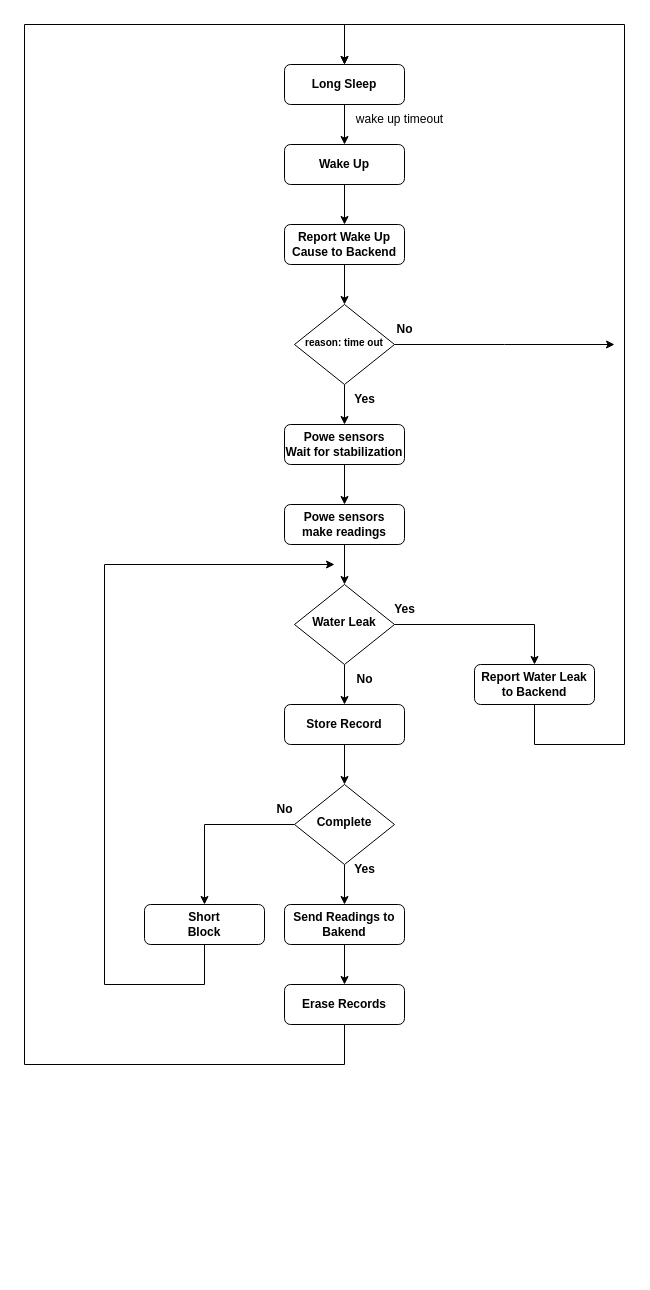
Above: Documentation/Diagrams/MCU Flux Diagram.drawio in MiguelRocha2001/PS-Monitor-IoT-System (draw.io), before the change. Source tidied: cells renumbered, new cells numbered last; positions are measured from the earlier drawing's top-left corner, leaving out a move shared by most shapes. Both pictures are drawn from the tidied source at 100%, with x=0, y=0 at pixel (24, 24).
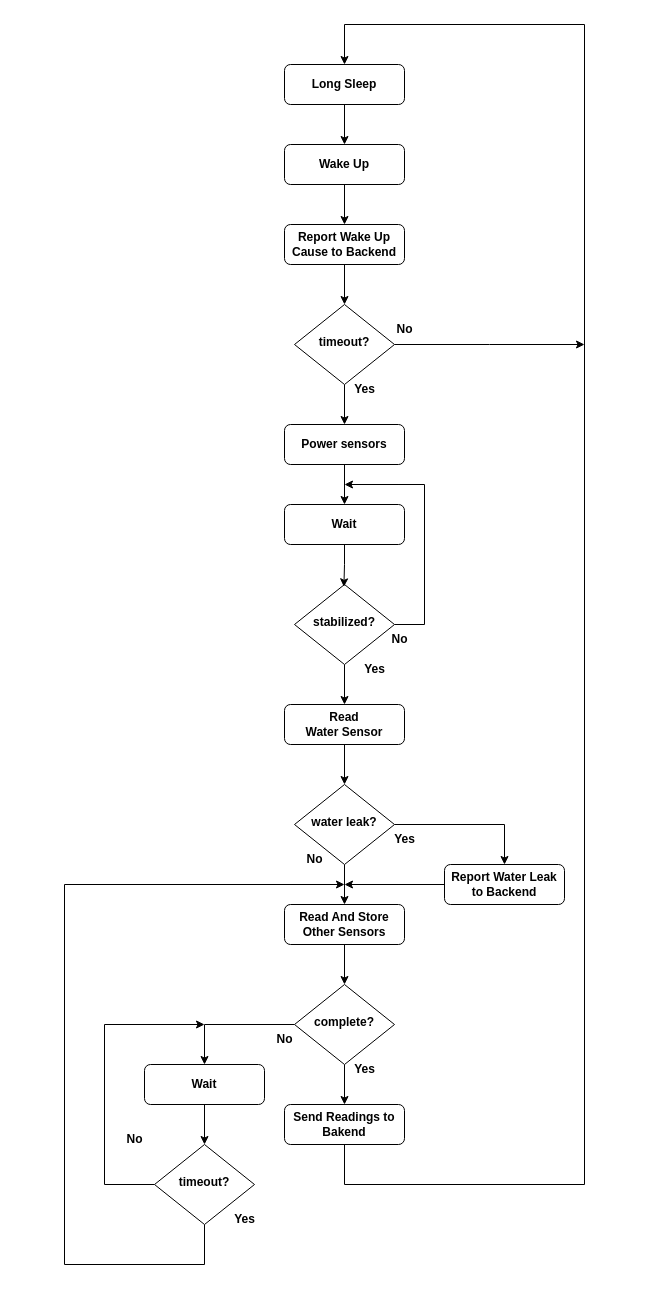
The same page after the edit.

Unchanged cells that the change refers to:
```xml
<mxCell id="3" value="Wake Up" style="rounded=1;whiteSpace=wrap;html=1;fontSize=12;glass=0;strokeWidth=1;shadow=0;fontStyle=1;" parent="1" vertex="1">
  <mxGeometry x="260" y="120" width="120" height="40" as="geometry" />
</mxCell>
<mxCell id="7" value="Long Sleep" style="rounded=1;whiteSpace=wrap;html=1;fontSize=12;glass=0;strokeWidth=1;shadow=0;fontStyle=1;" parent="1" vertex="1">
  <mxGeometry x="260" y="40" width="120" height="40" as="geometry" />
</mxCell>
<mxCell id="19" value="Report Wake Up Cause to Backend" style="rounded=1;whiteSpace=wrap;html=1;fontSize=12;glass=0;strokeWidth=1;shadow=0;fontStyle=1;" parent="1" vertex="1">
  <mxGeometry x="260" y="200" width="120" height="40" as="geometry" />
</mxCell>
```

Change to the diagram source:
```diff
@@
-    <mxCell id="2" style="edgeStyle=orthogonalEdgeStyle;rounded=0;jettySize=auto;html=1;fontStyle=1;" parent="1" edge="1" source="3" target="19">
+    <mxCell id="2" style="edgeStyle=orthogonalEdgeStyle;rounded=0;jettySize=auto;html=1;fontStyle=1;fontSize=12;" parent="1" edge="1" source="3" target="19">
       <mxGeometry relative="1" as="geometry" />
     </mxCell>
@@
-    <mxCell id="4" style="edgeStyle=orthogonalEdgeStyle;rounded=0;jettySize=auto;html=1;" parent="1" edge="1" source="5" target="37">
+    <mxCell id="4" style="edgeStyle=orthogonalEdgeStyle;rounded=0;jettySize=auto;html=1;fontSize=12;fontStyle=1;" parent="1" edge="1" source="43" target="37">
       <mxGeometry relative="1" as="geometry" />
     </mxCell>
+    <mxCell id="38" style="edgeStyle=orthogonalEdgeStyle;rounded=0;jettySize=auto;html=1;entryX=0.5;entryY=0;entryDx=0;entryDy=0;fontSize=12;fontStyle=1;" parent="1" edge="1" source="5" target="50">
+      <mxGeometry relative="1" as="geometry" />
+    </mxCell>
-    <mxCell id="5" value="Powe sensors&lt;br&gt;Wait for stabilization" style="rounded=1;whiteSpace=wrap;html=1;fontSize=12;glass=0;strokeWidth=1;shadow=0;fontStyle=1;" parent="1" vertex="1">
+    <mxCell id="5" value="Power sensors" style="rounded=1;whiteSpace=wrap;html=1;fontSize=12;glass=0;strokeWidth=1;shadow=0;fontStyle=1;" parent="1" vertex="1">
       <mxGeometry x="260" y="400" width="120" height="40" as="geometry" />
     </mxCell>
-    <mxCell id="6" style="edgeStyle=orthogonalEdgeStyle;rounded=0;jettySize=auto;html=1;fontStyle=1;" parent="1" edge="1" source="7" target="3">
+    <mxCell id="6" style="edgeStyle=orthogonalEdgeStyle;rounded=0;jettySize=auto;html=1;fontStyle=1;fontSize=12;" parent="1" edge="1" source="7" target="3">
       <mxGeometry relative="1" as="geometry" />
     </mxCell>
@@
-    <mxCell id="8" style="edgeStyle=orthogonalEdgeStyle;rounded=0;jettySize=auto;html=1;exitX=0.5;exitY=1;exitDx=0;exitDy=0;entryX=0.5;entryY=0;entryDx=0;entryDy=0;fontStyle=1;" parent="1" edge="1" source="30" target="7">
-      <mxGeometry relative="1" as="geometry">
-        <Array as="points">
-          <mxPoint x="320" y="1040" />
-          <mxPoint y="1040" />
-          <mxPoint />
-          <mxPoint x="320" />
-        </Array>
-      </mxGeometry>
-    </mxCell>
-    <mxCell id="9" style="edgeStyle=orthogonalEdgeStyle;rounded=0;jettySize=auto;html=1;entryX=0.5;entryY=0;entryDx=0;entryDy=0;fontStyle=1;" parent="1" edge="1" source="11" target="14">
+    <mxCell id="9" style="edgeStyle=orthogonalEdgeStyle;rounded=0;jettySize=auto;html=1;entryX=0.5;entryY=0;entryDx=0;entryDy=0;fontStyle=1;fontSize=12;" parent="1" edge="1" source="11" target="14">
       <mxGeometry relative="1" as="geometry" />
     </mxCell>
-    <mxCell id="10" style="edgeStyle=orthogonalEdgeStyle;rounded=0;jettySize=auto;html=1;" parent="1" edge="1" source="11" target="34">
+    <mxCell id="10" style="edgeStyle=orthogonalEdgeStyle;rounded=0;jettySize=auto;html=1;entryX=0.5;entryY=0;entryDx=0;entryDy=0;fontSize=12;fontStyle=1;" parent="1" edge="1" source="11" target="34">
       <mxGeometry relative="1" as="geometry" />
     </mxCell>
-    <mxCell id="11" value="Complete" style="rhombus;whiteSpace=wrap;html=1;shadow=0;fontFamily=Helvetica;fontSize=12;align=center;strokeWidth=1;spacing=6;spacingTop=-4;fontStyle=1;" parent="1" vertex="1">
-      <mxGeometry x="270" y="760" width="100" height="80" as="geometry" />
+    <mxCell id="11" value="complete?" style="rhombus;whiteSpace=wrap;html=1;shadow=0;fontFamily=Helvetica;fontSize=12;align=center;strokeWidth=1;spacing=6;spacingTop=-4;fontStyle=1;" parent="1" vertex="1">
+      <mxGeometry x="270" y="960" width="100" height="80" as="geometry" />
     </mxCell>
-    <mxCell id="12" value="Yes" style="text;html=1;align=center;verticalAlign=middle;strokeColor=none;fillColor=none;fontStyle=1;" parent="1" vertex="1">
-      <mxGeometry x="320" y="830" width="40" height="30" as="geometry" />
+    <mxCell id="12" value="Yes" style="text;html=1;align=center;verticalAlign=middle;strokeColor=none;fillColor=none;fontStyle=1;fontSize=12;" parent="1" vertex="1">
+      <mxGeometry x="320" y="1030" width="40" height="30" as="geometry" />
     </mxCell>
-    <mxCell id="13" style="edgeStyle=orthogonalEdgeStyle;rounded=0;jettySize=auto;html=1;fontStyle=1;" parent="1" edge="1" source="14" target="30">
-      <mxGeometry relative="1" as="geometry" />
-    </mxCell>
+    <mxCell id="39" style="edgeStyle=orthogonalEdgeStyle;rounded=0;jettySize=auto;html=1;entryX=0.5;entryY=0;entryDx=0;entryDy=0;exitX=0.5;exitY=1;exitDx=0;exitDy=0;fontSize=12;fontStyle=1;" parent="1" edge="1" source="14" target="7">
+      <mxGeometry relative="1" as="geometry">
+        <Array as="points">
+          <mxPoint x="320" y="1160" />
+          <mxPoint x="560" y="1160" />
+          <mxPoint x="560" />
+          <mxPoint x="320" />
+        </Array>
+      </mxGeometry>
+    </mxCell>
     <mxCell id="14" value="Send Readings to Bakend" style="rounded=1;whiteSpace=wrap;html=1;fontSize=12;glass=0;strokeWidth=1;shadow=0;fontStyle=1;" parent="1" vertex="1">
-      <mxGeometry x="260" y="880" width="120" height="40" as="geometry" />
+      <mxGeometry x="260" y="1080" width="120" height="40" as="geometry" />
     </mxCell>
-    <mxCell id="15" value="No" style="text;html=1;align=center;verticalAlign=middle;strokeColor=none;fillColor=none;fontStyle=1;" parent="1" vertex="1">
-      <mxGeometry x="240" y="770" width="40" height="30" as="geometry" />
+    <mxCell id="15" value="No" style="text;html=1;align=center;verticalAlign=middle;strokeColor=none;fillColor=none;fontStyle=1;fontSize=12;" parent="1" vertex="1">
+      <mxGeometry x="240" y="1000" width="40" height="30" as="geometry" />
     </mxCell>
-    <mxCell id="16" style="edgeStyle=orthogonalEdgeStyle;rounded=0;jettySize=auto;html=1;fontStyle=1;" parent="1" edge="1" source="17" target="11">
+    <mxCell id="16" style="edgeStyle=orthogonalEdgeStyle;rounded=0;jettySize=auto;html=1;fontStyle=1;fontSize=12;" parent="1" edge="1" source="17" target="11">
       <mxGeometry relative="1" as="geometry" />
     </mxCell>
-    <mxCell id="17" value="Store Record" style="rounded=1;whiteSpace=wrap;html=1;fontSize=12;glass=0;strokeWidth=1;shadow=0;fontStyle=1;" parent="1" vertex="1">
-      <mxGeometry x="260" y="680" width="120" height="40" as="geometry" />
+    <mxCell id="17" value="Read And Store&lt;br style=&quot;font-size: 12px;&quot;&gt;Other Sensors" style="rounded=1;whiteSpace=wrap;html=1;fontSize=12;glass=0;strokeWidth=1;shadow=0;fontStyle=1;" parent="1" vertex="1">
+      <mxGeometry x="260" y="880" width="120" height="40" as="geometry" />
     </mxCell>
-    <mxCell id="18" style="edgeStyle=orthogonalEdgeStyle;rounded=0;jettySize=auto;html=1;fontStyle=1;" parent="1" edge="1" source="19" target="27">
+    <mxCell id="18" style="edgeStyle=orthogonalEdgeStyle;rounded=0;jettySize=auto;html=1;fontStyle=1;fontSize=12;" parent="1" edge="1" source="19" target="27">
       <mxGeometry relative="1" as="geometry" />
     </mxCell>
@@
-    <mxCell id="20" style="edgeStyle=orthogonalEdgeStyle;rounded=0;jettySize=auto;html=1;entryX=0.5;entryY=0;entryDx=0;entryDy=0;fontStyle=1;" parent="1" edge="1" source="22" target="24">
+    <mxCell id="20" style="edgeStyle=orthogonalEdgeStyle;rounded=0;jettySize=auto;html=1;entryX=0.5;entryY=0;entryDx=0;entryDy=0;fontStyle=1;fontSize=12;" parent="1" edge="1" source="22" target="24">
       <mxGeometry relative="1" as="geometry" />
     </mxCell>
-    <mxCell id="21" style="edgeStyle=orthogonalEdgeStyle;rounded=0;jettySize=auto;html=1;" parent="1" edge="1" source="22" target="17">
+    <mxCell id="21" style="edgeStyle=orthogonalEdgeStyle;rounded=0;jettySize=auto;html=1;fontSize=12;fontStyle=1;" parent="1" edge="1" source="22" target="17">
       <mxGeometry relative="1" as="geometry" />
     </mxCell>
-    <mxCell id="22" value="Water Leak" style="rhombus;whiteSpace=wrap;html=1;shadow=0;fontFamily=Helvetica;fontSize=12;align=center;strokeWidth=1;spacing=6;spacingTop=-4;fontStyle=1;" parent="1" vertex="1">
-      <mxGeometry x="270" y="560" width="100" height="80" as="geometry" />
+    <mxCell id="22" value="water leak?" style="rhombus;whiteSpace=wrap;html=1;shadow=0;fontFamily=Helvetica;fontSize=12;align=center;strokeWidth=1;spacing=6;spacingTop=-4;fontStyle=1;" parent="1" vertex="1">
+      <mxGeometry x="270" y="760" width="100" height="80" as="geometry" />
     </mxCell>
-    <mxCell id="23" style="edgeStyle=orthogonalEdgeStyle;rounded=0;jettySize=auto;html=1;entryX=0.5;entryY=0;entryDx=0;entryDy=0;" parent="1" edge="1" source="24" target="7">
-      <mxGeometry relative="1" as="geometry">
-        <Array as="points">
-          <mxPoint x="510" y="720" />
-          <mxPoint x="600" y="720" />
-          <mxPoint x="600" />
-          <mxPoint x="320" />
-        </Array>
-      </mxGeometry>
-    </mxCell>
+    <mxCell id="40" style="edgeStyle=orthogonalEdgeStyle;rounded=0;jettySize=auto;html=1;fontSize=12;fontStyle=1;" parent="1" edge="1" source="24">
+      <mxGeometry relative="1" as="geometry">
+        <mxPoint x="320" y="860" as="targetPoint" />
+      </mxGeometry>
+    </mxCell>
     <mxCell id="24" value="Report Water Leak to Backend" style="rounded=1;whiteSpace=wrap;html=1;fontSize=12;glass=0;strokeWidth=1;shadow=0;fontStyle=1;" parent="1" vertex="1">
-      <mxGeometry x="450" y="640" width="120" height="40" as="geometry" />
+      <mxGeometry x="420" y="840" width="120" height="40" as="geometry" />
     </mxCell>
-    <mxCell id="25" style="edgeStyle=orthogonalEdgeStyle;rounded=0;jettySize=auto;html=1;fontStyle=1;" parent="1" edge="1" source="27">
+    <mxCell id="25" style="edgeStyle=orthogonalEdgeStyle;rounded=0;jettySize=auto;html=1;fontStyle=1;fontSize=12;" parent="1" edge="1" source="27">
       <mxGeometry relative="1" as="geometry">
-        <mxPoint x="590" y="320" as="targetPoint" />
+        <mxPoint x="560" y="320" as="targetPoint" />
       </mxGeometry>
     </mxCell>
-    <mxCell id="26" style="edgeStyle=orthogonalEdgeStyle;rounded=0;jettySize=auto;html=1;" parent="1" edge="1" source="27" target="5">
+    <mxCell id="26" style="edgeStyle=orthogonalEdgeStyle;rounded=0;jettySize=auto;html=1;fontSize=12;fontStyle=1;" parent="1" edge="1" source="27" target="5">
       <mxGeometry relative="1" as="geometry" />
     </mxCell>
-    <mxCell id="27" value="&lt;font style=&quot;font-size: 10px;&quot;&gt;reason: time out&lt;/font&gt;" style="rhombus;whiteSpace=wrap;html=1;shadow=0;fontFamily=Helvetica;fontSize=12;align=center;strokeWidth=1;spacing=6;spacingTop=-4;fontStyle=1;" parent="1" vertex="1">
+    <mxCell id="27" value="&lt;font style=&quot;font-size: 12px;&quot;&gt;timeout?&lt;/font&gt;" style="rhombus;whiteSpace=wrap;html=1;shadow=0;fontFamily=Helvetica;fontSize=12;align=center;strokeWidth=1;spacing=6;spacingTop=-4;fontStyle=1;" parent="1" vertex="1">
       <mxGeometry x="270" y="280" width="100" height="80" as="geometry" />
     </mxCell>
-    <mxCell id="28" value="No" style="text;html=1;align=center;verticalAlign=middle;strokeColor=none;fillColor=none;fontStyle=1;" parent="1" vertex="1">
+    <mxCell id="28" value="No" style="text;html=1;align=center;verticalAlign=middle;strokeColor=none;fillColor=none;fontStyle=1;fontSize=12;" parent="1" vertex="1">
       <mxGeometry x="360" y="290" width="40" height="30" as="geometry" />
     </mxCell>
-    <mxCell id="29" value="Yes" style="text;html=1;align=center;verticalAlign=middle;strokeColor=none;fillColor=none;fontStyle=1;" parent="1" vertex="1">
-      <mxGeometry x="320" y="360" width="40" height="30" as="geometry" />
+    <mxCell id="29" value="Yes" style="text;html=1;align=center;verticalAlign=middle;strokeColor=none;fillColor=none;fontStyle=1;fontSize=12;" parent="1" vertex="1">
+      <mxGeometry x="320" y="350" width="40" height="30" as="geometry" />
     </mxCell>
-    <mxCell id="30" value="Erase Records" style="rounded=1;whiteSpace=wrap;html=1;fontSize=12;glass=0;strokeWidth=1;shadow=0;fontStyle=1;" parent="1" vertex="1">
-      <mxGeometry x="260" y="960" width="120" height="40" as="geometry" />
-    </mxCell>
-    <mxCell id="31" value="Yes" style="text;html=1;align=center;verticalAlign=middle;strokeColor=none;fillColor=none;fontStyle=1;" parent="1" vertex="1">
-      <mxGeometry x="360" y="570" width="40" height="30" as="geometry" />
+    <mxCell id="31" value="Yes" style="text;html=1;align=center;verticalAlign=middle;strokeColor=none;fillColor=none;fontStyle=1;fontSize=12;" parent="1" vertex="1">
+      <mxGeometry x="360" y="800" width="40" height="30" as="geometry" />
     </mxCell>
-    <mxCell id="32" value="No" style="text;html=1;align=center;verticalAlign=middle;strokeColor=none;fillColor=none;fontStyle=1;" parent="1" vertex="1">
-      <mxGeometry x="320" y="640" width="40" height="30" as="geometry" />
+    <mxCell id="32" value="No" style="text;html=1;align=center;verticalAlign=middle;strokeColor=none;fillColor=none;fontStyle=1;fontSize=12;" parent="1" vertex="1">
+      <mxGeometry x="270" y="820" width="40" height="30" as="geometry" />
     </mxCell>
-    <mxCell id="33" style="edgeStyle=orthogonalEdgeStyle;rounded=0;jettySize=auto;html=1;exitX=0.5;exitY=1;exitDx=0;exitDy=0;" parent="1" edge="1" source="34">
-      <mxGeometry relative="1" as="geometry">
-        <mxPoint x="310" y="540" as="targetPoint" />
-        <Array as="points">
-          <mxPoint x="180" y="960" />
-          <mxPoint x="80" y="960" />
-          <mxPoint x="80" y="540" />
-        </Array>
-      </mxGeometry>
-    </mxCell>
+    <mxCell id="41" style="edgeStyle=orthogonalEdgeStyle;rounded=0;jettySize=auto;html=1;fontSize=12;fontStyle=1;" parent="1" edge="1" source="34" target="48">
+      <mxGeometry relative="1" as="geometry" />
+    </mxCell>
-    <mxCell id="34" value="Short &lt;br&gt;Block" style="rounded=1;whiteSpace=wrap;html=1;fontSize=12;glass=0;strokeWidth=1;shadow=0;fontStyle=1;" parent="1" vertex="1">
-      <mxGeometry x="120" y="880" width="120" height="40" as="geometry" />
+    <mxCell id="34" value="Wait" style="rounded=1;whiteSpace=wrap;html=1;fontSize=12;glass=0;strokeWidth=1;shadow=0;fontStyle=1;" parent="1" vertex="1">
+      <mxGeometry x="120" y="1040" width="120" height="40" as="geometry" />
     </mxCell>
-    <mxCell id="35" value="wake up timeout" style="text;html=1;align=center;verticalAlign=middle;strokeColor=none;fillColor=none;" parent="1" vertex="1">
-      <mxGeometry x="320" y="80" width="110" height="30" as="geometry" />
-    </mxCell>
-    <mxCell id="36" style="edgeStyle=orthogonalEdgeStyle;rounded=0;jettySize=auto;html=1;entryX=0.5;entryY=0;entryDx=0;entryDy=0;" parent="1" edge="1" source="37" target="22">
+    <mxCell id="36" style="edgeStyle=orthogonalEdgeStyle;rounded=0;jettySize=auto;html=1;entryX=0.5;entryY=0;entryDx=0;entryDy=0;fontSize=12;fontStyle=1;" parent="1" edge="1" source="37" target="22">
       <mxGeometry relative="1" as="geometry" />
     </mxCell>
-    <mxCell id="37" value="Powe sensors&lt;br&gt;make readings" style="rounded=1;whiteSpace=wrap;html=1;fontSize=12;glass=0;strokeWidth=1;shadow=0;fontStyle=1;" parent="1" vertex="1">
-      <mxGeometry x="260" y="480" width="120" height="40" as="geometry" />
+    <mxCell id="37" value="Read &lt;br style=&quot;font-size: 12px;&quot;&gt;Water Sensor" style="rounded=1;whiteSpace=wrap;html=1;fontSize=12;glass=0;strokeWidth=1;shadow=0;fontStyle=1;" parent="1" vertex="1">
+      <mxGeometry x="260" y="680" width="120" height="40" as="geometry" />
     </mxCell>
+    <mxCell id="42" style="edgeStyle=orthogonalEdgeStyle;rounded=0;jettySize=auto;html=1;exitX=1;exitY=0.5;exitDx=0;exitDy=0;fontSize=12;fontStyle=1;" parent="1" edge="1" source="43">
+      <mxGeometry relative="1" as="geometry">
+        <mxPoint x="320" y="460" as="targetPoint" />
+        <Array as="points">
+          <mxPoint x="400" y="600" />
+          <mxPoint x="400" y="460" />
+        </Array>
+      </mxGeometry>
+    </mxCell>
+    <mxCell id="43" value="&lt;font style=&quot;font-size: 12px;&quot;&gt;stabilized?&lt;/font&gt;" style="rhombus;whiteSpace=wrap;html=1;shadow=0;fontFamily=Helvetica;fontSize=12;align=center;strokeWidth=1;spacing=6;spacingTop=-4;fontStyle=1;" parent="1" vertex="1">
+      <mxGeometry x="270" y="560" width="100" height="80" as="geometry" />
+    </mxCell>
+    <mxCell id="44" value="No" style="text;html=1;align=center;verticalAlign=middle;strokeColor=none;fillColor=none;fontStyle=1;fontSize=12;" parent="1" vertex="1">
+      <mxGeometry x="355" y="600" width="40" height="30" as="geometry" />
+    </mxCell>
+    <mxCell id="45" value="Yes" style="text;html=1;align=center;verticalAlign=middle;strokeColor=none;fillColor=none;fontStyle=1;fontSize=12;" parent="1" vertex="1">
+      <mxGeometry x="330" y="630" width="40" height="30" as="geometry" />
+    </mxCell>
+    <mxCell id="46" style="edgeStyle=orthogonalEdgeStyle;rounded=0;jettySize=auto;html=1;exitX=0;exitY=0.5;exitDx=0;exitDy=0;fontSize=12;fontStyle=1;" parent="1" edge="1" source="48">
+      <mxGeometry relative="1" as="geometry">
+        <mxPoint x="180" y="1000" as="targetPoint" />
+        <Array as="points">
+          <mxPoint x="80" y="1160" />
+          <mxPoint x="80" y="1000" />
+        </Array>
+      </mxGeometry>
+    </mxCell>
+    <mxCell id="47" style="edgeStyle=orthogonalEdgeStyle;rounded=0;jettySize=auto;html=1;exitX=0.5;exitY=1;exitDx=0;exitDy=0;fontSize=12;fontStyle=1;" parent="1" edge="1" source="48">
+      <mxGeometry relative="1" as="geometry">
+        <mxPoint x="320" y="860" as="targetPoint" />
+        <Array as="points">
+          <mxPoint x="180" y="1240" />
+          <mxPoint x="40" y="1240" />
+          <mxPoint x="40" y="860" />
+        </Array>
+      </mxGeometry>
+    </mxCell>
+    <mxCell id="48" value="timeout?" style="rhombus;whiteSpace=wrap;html=1;shadow=0;fontFamily=Helvetica;fontSize=12;align=center;strokeWidth=1;spacing=6;spacingTop=-4;fontStyle=1;" parent="1" vertex="1">
+      <mxGeometry x="130" y="1120" width="100" height="80" as="geometry" />
+    </mxCell>
+    <mxCell id="49" style="edgeStyle=orthogonalEdgeStyle;rounded=0;jettySize=auto;html=1;entryX=0.494;entryY=0.029;entryDx=0;entryDy=0;entryPerimeter=0;fontSize=12;fontStyle=1;" parent="1" edge="1" source="50" target="43">
+      <mxGeometry relative="1" as="geometry" />
+    </mxCell>
+    <mxCell id="50" value="Wait" style="rounded=1;whiteSpace=wrap;html=1;fontSize=12;glass=0;strokeWidth=1;shadow=0;fontStyle=1;" parent="1" vertex="1">
+      <mxGeometry x="260" y="480" width="120" height="40" as="geometry" />
+    </mxCell>
+    <mxCell id="51" value="No" style="text;html=1;align=center;verticalAlign=middle;strokeColor=none;fillColor=none;fontStyle=1;fontSize=12;" parent="1" vertex="1">
+      <mxGeometry x="90" y="1100" width="40" height="30" as="geometry" />
+    </mxCell>
+    <mxCell id="52" value="Yes" style="text;html=1;align=center;verticalAlign=middle;strokeColor=none;fillColor=none;fontStyle=1;fontSize=12;" parent="1" vertex="1">
+      <mxGeometry x="200" y="1180" width="40" height="30" as="geometry" />
+    </mxCell>
```
